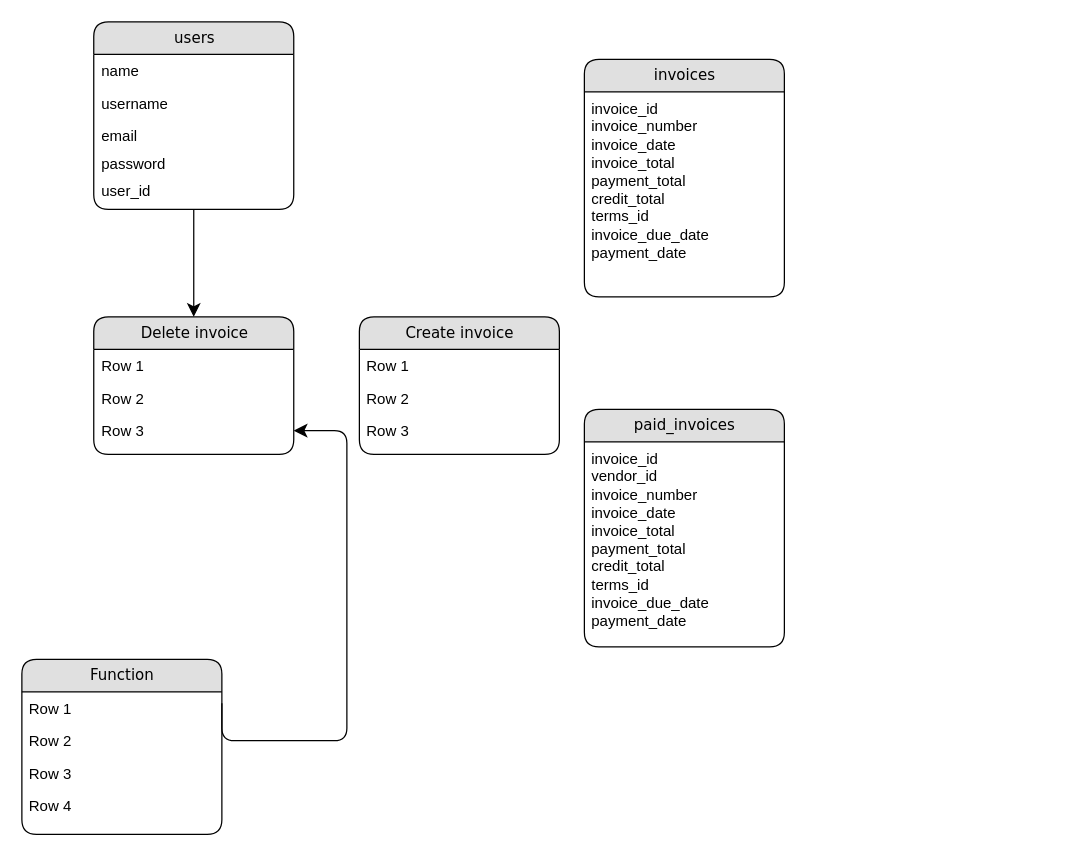
This is data flow.drawio from WilsonCruzz/system-design, a draw.io file, before an edit. Source tidied: cells renumbered, new cells numbered last; positions are measured from the earlier drawing's top-left corner, leaving out a move shared by most shapes. Both pictures are drawn from the tidied source at 125%, with x=0, y=0 at pixel (21, 21).
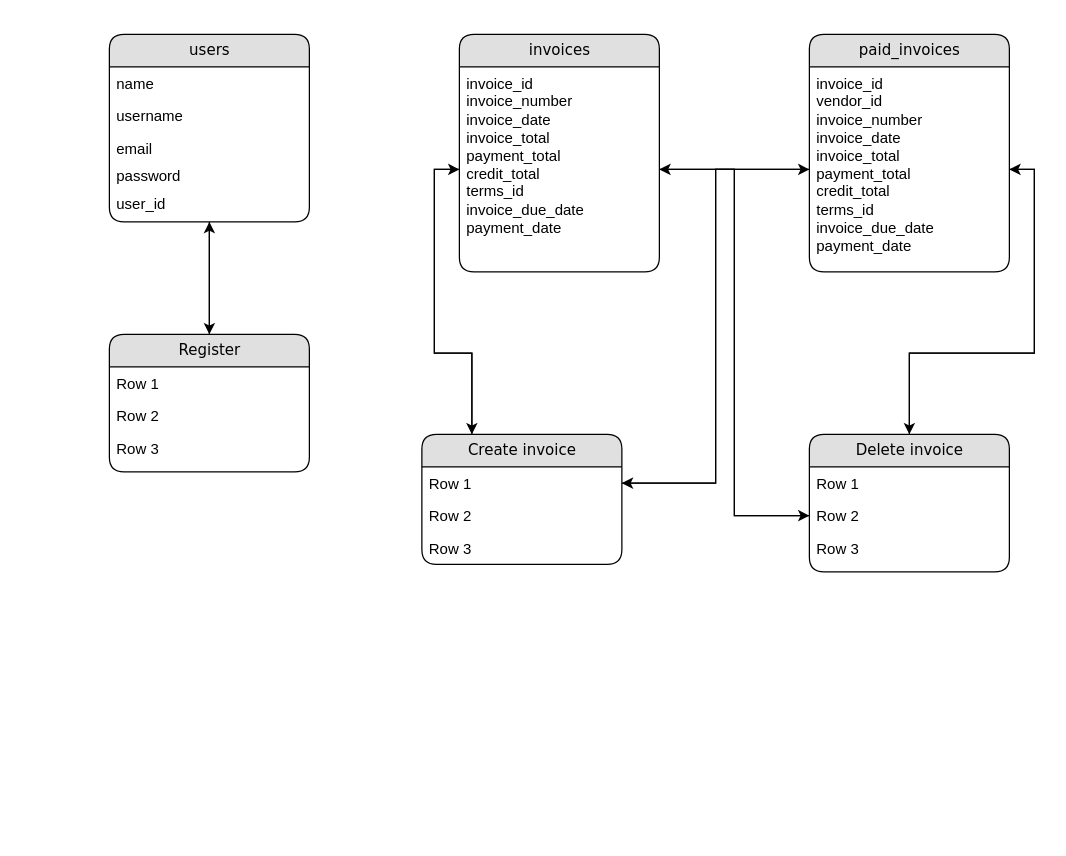
The same page after the edit.

Unchanged cells that the change refers to:
```xml
<mxCell id="9" value="invoice_id&lt;div&gt;invoice_number&lt;/div&gt;&lt;div&gt;invoice_date&lt;br&gt;invoice_total&lt;br&gt;payment_total&lt;/div&gt;&lt;div&gt;&lt;div&gt;credit_total&lt;/div&gt;&lt;div&gt;terms_id&lt;/div&gt;&lt;div&gt;invoice_due_date&lt;/div&gt;&lt;div&gt;payment_date&lt;/div&gt;&lt;/div&gt;" style="text;html=1;strokeColor=none;fillColor=none;spacingLeft=4;spacingRight=4;whiteSpace=wrap;overflow=hidden;points=[[0,0.5],[1,0.5]];portConstraint=eastwest;" parent="8" vertex="1">
  <mxGeometry y="26" width="160" height="164" as="geometry" />
</mxCell>
<mxCell id="12" value="Row 2" style="text;html=1;strokeColor=none;fillColor=none;spacingLeft=4;spacingRight=4;whiteSpace=wrap;overflow=hidden;points=[[0,0.5],[1,0.5]];portConstraint=eastwest;" parent="10" vertex="1">
  <mxGeometry y="52" width="160" height="26" as="geometry" />
</mxCell>
<mxCell id="13" value="Row 3" style="text;html=1;strokeColor=none;fillColor=none;spacingLeft=4;spacingRight=4;whiteSpace=wrap;overflow=hidden;points=[[0,0.5],[1,0.5]];portConstraint=eastwest;" parent="10" vertex="1">
  <mxGeometry y="78" width="160" height="26" as="geometry" />
</mxCell>
<mxCell id="22" value="invoice_id&lt;div&gt;vendor_id&lt;br&gt;&lt;div&gt;invoice_number&lt;/div&gt;&lt;div&gt;invoice_date&lt;br&gt;invoice_total&lt;br&gt;payment_total&lt;/div&gt;&lt;div&gt;credit_total&lt;/div&gt;&lt;div&gt;terms_id&lt;/div&gt;&lt;div&gt;invoice_due_date&lt;/div&gt;&lt;div&gt;payment_date&lt;/div&gt;&lt;/div&gt;" style="text;html=1;strokeColor=none;fillColor=none;spacingLeft=4;spacingRight=4;whiteSpace=wrap;overflow=hidden;points=[[0,0.5],[1,0.5]];portConstraint=eastwest;" parent="21" vertex="1">
  <mxGeometry y="26" width="160" height="164" as="geometry" />
</mxCell>
<mxCell id="24" value="Row 1" style="text;html=1;strokeColor=none;fillColor=none;spacingLeft=4;spacingRight=4;whiteSpace=wrap;overflow=hidden;points=[[0,0.5],[1,0.5]];portConstraint=eastwest;" parent="23" vertex="1">
  <mxGeometry y="26" width="160" height="26" as="geometry" />
</mxCell>
```

Diff of the diagram source:
```diff
@@
+    <mxCell id="27" style="edgeStyle=orthogonalEdgeStyle;rounded=0;jettySize=auto;html=1;exitX=0.5;exitY=1;exitDx=0;exitDy=0;entryX=0.5;entryY=0;entryDx=0;entryDy=0;" parent="1" edge="1" source="2" target="32">
+      <mxGeometry relative="1" as="geometry" />
+    </mxCell>
     <mxCell id="2" value="&lt;div style=&quot;forced-color-adjust: none;&quot;&gt;users&lt;/div&gt;" style="swimlane;html=1;fontStyle=0;horizontal=1;startSize=26;fillColor=#e0e0e0;swimlaneFillColor=#ffffff;align=center;rounded=1;shadow=0;comic=0;labelBackgroundColor=none;strokeWidth=1;fontFamily=Verdana;fontSize=12;" parent="1" vertex="1">
-      <mxGeometry x="57.5" width="160" height="150" as="geometry" />
+      <mxGeometry x="70" y="10" width="160" height="150" as="geometry" />
     </mxCell>
@@
     <mxCell id="8" value="invoices" style="swimlane;html=1;fontStyle=0;horizontal=1;startSize=26;fillColor=#e0e0e0;swimlaneFillColor=#ffffff;align=center;rounded=1;shadow=0;comic=0;labelBackgroundColor=none;strokeWidth=1;fontFamily=Verdana;fontSize=12;" parent="1" vertex="1">
-      <mxGeometry x="450" y="30" width="160" height="190" as="geometry" />
+      <mxGeometry x="350" y="10" width="160" height="190" as="geometry" />
     </mxCell>
@@
+    <mxCell id="28" style="edgeStyle=orthogonalEdgeStyle;rounded=0;jettySize=auto;html=1;exitX=0.5;exitY=0;exitDx=0;exitDy=0;" parent="1" edge="1" source="10" target="22">
+      <mxGeometry relative="1" as="geometry" />
+    </mxCell>
     <mxCell id="10" value="Delete invoice" style="swimlane;html=1;fontStyle=0;horizontal=1;startSize=26;fillColor=#e0e0e0;swimlaneFillColor=#ffffff;align=center;rounded=1;shadow=0;comic=0;labelBackgroundColor=none;strokeWidth=1;fontFamily=Verdana;fontSize=12;" parent="1" vertex="1">
-      <mxGeometry x="57.5" y="236" width="160" height="110" as="geometry" />
+      <mxGeometry x="630" y="330" width="160" height="110" as="geometry" />
     </mxCell>
@@
-    <mxCell id="14" value="Function" style="swimlane;html=1;fontStyle=0;horizontal=1;startSize=26;fillColor=#e0e0e0;swimlaneFillColor=#ffffff;align=center;rounded=1;shadow=0;comic=0;labelBackgroundColor=none;strokeWidth=1;fontFamily=Verdana;fontSize=12;" parent="1" vertex="1">
-      <mxGeometry y="510" width="160" height="140" as="geometry" />
-    </mxCell>
-    <mxCell id="15" value="Row 1" style="text;html=1;strokeColor=none;fillColor=none;spacingLeft=4;spacingRight=4;whiteSpace=wrap;overflow=hidden;" parent="14" vertex="1">
-      <mxGeometry y="26" width="160" height="26" as="geometry" />
-    </mxCell>
-    <mxCell id="16" value="Row 2" style="text;html=1;strokeColor=none;fillColor=none;spacingLeft=4;spacingRight=4;whiteSpace=wrap;overflow=hidden;" parent="14" vertex="1">
-      <mxGeometry y="52" width="160" height="26" as="geometry" />
-    </mxCell>
-    <mxCell id="17" value="Row 3" style="text;html=1;strokeColor=none;fillColor=none;spacingLeft=4;spacingRight=4;whiteSpace=wrap;overflow=hidden;" parent="14" vertex="1">
-      <mxGeometry y="78" width="160" height="26" as="geometry" />
-    </mxCell>
-    <mxCell id="18" value="Row 4" style="text;html=1;strokeColor=none;fillColor=none;spacingLeft=4;spacingRight=4;whiteSpace=wrap;overflow=hidden;" parent="14" vertex="1">
-      <mxGeometry y="104" width="160" height="26" as="geometry" />
-    </mxCell>
-    <mxCell id="19" style="edgeStyle=orthogonalEdgeStyle;html=1;labelBackgroundColor=none;startFill=0;startSize=8;endFill=1;endSize=8;fontFamily=Verdana;fontSize=12;exitX=1;exitY=0.25;entryX=1;entryY=0.5;" parent="1" edge="1" source="14" target="13">
-      <mxGeometry relative="1" as="geometry">
-        <Array as="points">
-          <mxPoint x="260" y="575" />
-          <mxPoint x="260" y="327" />
-        </Array>
-      </mxGeometry>
-    </mxCell>
-    <mxCell id="20" style="edgeStyle=orthogonalEdgeStyle;html=1;labelBackgroundColor=none;startFill=0;startSize=8;endFill=1;endSize=8;fontFamily=Verdana;fontSize=12;" parent="1" edge="1" source="2" target="10">
-      <mxGeometry relative="1" as="geometry" />
-    </mxCell>
     <mxCell id="21" value="paid_invoices" style="swimlane;html=1;fontStyle=0;horizontal=1;startSize=26;fillColor=#e0e0e0;swimlaneFillColor=#ffffff;align=center;rounded=1;shadow=0;comic=0;labelBackgroundColor=none;strokeWidth=1;fontFamily=Verdana;fontSize=12;" parent="1" vertex="1">
-      <mxGeometry x="450" y="310" width="160" height="190" as="geometry" />
+      <mxGeometry x="630" y="10" width="160" height="190" as="geometry" />
     </mxCell>
@@
+    <mxCell id="29" style="edgeStyle=orthogonalEdgeStyle;rounded=0;jettySize=auto;html=1;exitX=0.25;exitY=0;exitDx=0;exitDy=0;entryX=0;entryY=0.5;entryDx=0;entryDy=0;" parent="1" edge="1" source="23" target="9">
+      <mxGeometry relative="1" as="geometry" />
+    </mxCell>
     <mxCell id="23" value="Create invoice" style="swimlane;html=1;fontStyle=0;horizontal=1;startSize=26;fillColor=#e0e0e0;swimlaneFillColor=#ffffff;align=center;rounded=1;shadow=0;comic=0;labelBackgroundColor=none;strokeWidth=1;fontFamily=Verdana;fontSize=12;" parent="1" vertex="1">
-      <mxGeometry x="270" y="236" width="160" height="110" as="geometry" />
+      <mxGeometry x="320" y="330" width="160" height="104" as="geometry" />
     </mxCell>
@@
+    <mxCell id="30" style="edgeStyle=orthogonalEdgeStyle;rounded=0;jettySize=auto;html=1;exitX=0.5;exitY=0;exitDx=0;exitDy=0;" parent="1" edge="1" source="32">
+      <mxGeometry relative="1" as="geometry">
+        <mxPoint x="150" y="260" as="targetPoint" />
+      </mxGeometry>
+    </mxCell>
+    <mxCell id="31" style="edgeStyle=orthogonalEdgeStyle;rounded=0;jettySize=auto;html=1;exitX=0.5;exitY=0;exitDx=0;exitDy=0;entryX=0.5;entryY=1;entryDx=0;entryDy=0;" parent="1" edge="1" source="32" target="2">
+      <mxGeometry relative="1" as="geometry" />
+    </mxCell>
+    <mxCell id="32" value="Register" style="swimlane;html=1;fontStyle=0;horizontal=1;startSize=26;fillColor=#e0e0e0;swimlaneFillColor=#ffffff;align=center;rounded=1;shadow=0;comic=0;labelBackgroundColor=none;strokeWidth=1;fontFamily=Verdana;fontSize=12;" parent="1" vertex="1">
+      <mxGeometry x="70" y="250" width="160" height="110" as="geometry" />
+    </mxCell>
+    <mxCell id="15" value="Row 1" style="text;html=1;strokeColor=none;fillColor=none;spacingLeft=4;spacingRight=4;whiteSpace=wrap;overflow=hidden;" parent="32" vertex="1">
+      <mxGeometry y="26" width="160" height="26" as="geometry" />
+    </mxCell>
+    <mxCell id="16" value="Row 2" style="text;html=1;strokeColor=none;fillColor=none;spacingLeft=4;spacingRight=4;whiteSpace=wrap;overflow=hidden;" parent="32" vertex="1">
+      <mxGeometry y="52" width="160" height="26" as="geometry" />
+    </mxCell>
+    <mxCell id="17" value="Row 3" style="text;html=1;strokeColor=none;fillColor=none;spacingLeft=4;spacingRight=4;whiteSpace=wrap;overflow=hidden;" parent="32" vertex="1">
+      <mxGeometry y="78" width="160" height="26" as="geometry" />
+    </mxCell>
+    <mxCell id="33" style="edgeStyle=orthogonalEdgeStyle;rounded=0;jettySize=auto;html=1;exitX=0;exitY=0.5;exitDx=0;exitDy=0;entryX=0.25;entryY=0;entryDx=0;entryDy=0;" parent="1" edge="1" source="9" target="23">
+      <mxGeometry relative="1" as="geometry" />
+    </mxCell>
+    <mxCell id="34" style="edgeStyle=orthogonalEdgeStyle;rounded=0;jettySize=auto;html=1;exitX=1;exitY=0.5;exitDx=0;exitDy=0;entryX=0;entryY=0.5;entryDx=0;entryDy=0;" parent="1" edge="1" source="9" target="12">
+      <mxGeometry relative="1" as="geometry" />
+    </mxCell>
+    <mxCell id="35" style="edgeStyle=orthogonalEdgeStyle;rounded=0;jettySize=auto;html=1;exitX=0;exitY=0.5;exitDx=0;exitDy=0;entryX=1;entryY=0.5;entryDx=0;entryDy=0;" parent="1" edge="1" source="12" target="9">
+      <mxGeometry relative="1" as="geometry" />
+    </mxCell>
+    <mxCell id="36" style="edgeStyle=orthogonalEdgeStyle;rounded=0;jettySize=auto;html=1;exitX=1;exitY=0.5;exitDx=0;exitDy=0;" parent="1" edge="1" source="22" target="10">
+      <mxGeometry relative="1" as="geometry" />
+    </mxCell>
+    <mxCell id="37" style="edgeStyle=orthogonalEdgeStyle;rounded=0;jettySize=auto;html=1;exitX=0;exitY=0.5;exitDx=0;exitDy=0;entryX=1;entryY=0.5;entryDx=0;entryDy=0;" parent="1" edge="1" source="22" target="24">
+      <mxGeometry relative="1" as="geometry" />
+    </mxCell>
+    <mxCell id="38" style="edgeStyle=orthogonalEdgeStyle;rounded=0;jettySize=auto;html=1;exitX=1;exitY=0.5;exitDx=0;exitDy=0;" parent="1" edge="1" source="24" target="22">
+      <mxGeometry relative="1" as="geometry" />
+    </mxCell>
```
